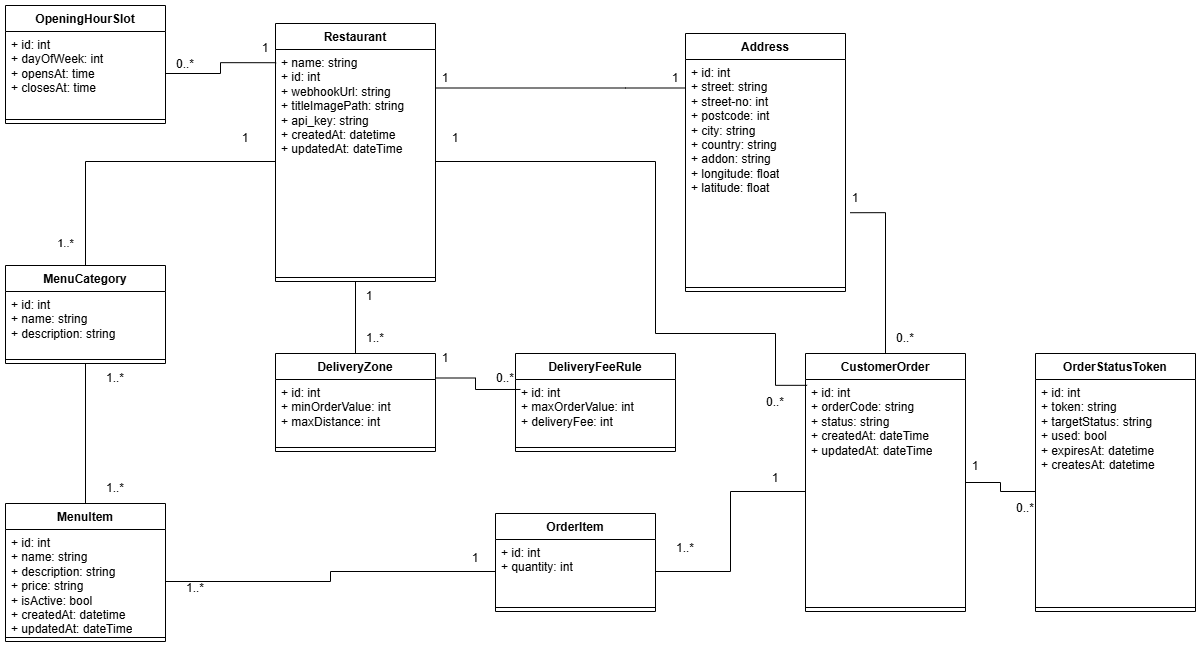
Earlier version of the draw.io export docs/images/db_diagram.png (merlibird/bite-project). Source tidied: cells renumbered, new cells last; positions are measured from the earlier drawing's top-left corner, leaving out a move shared by most shapes.
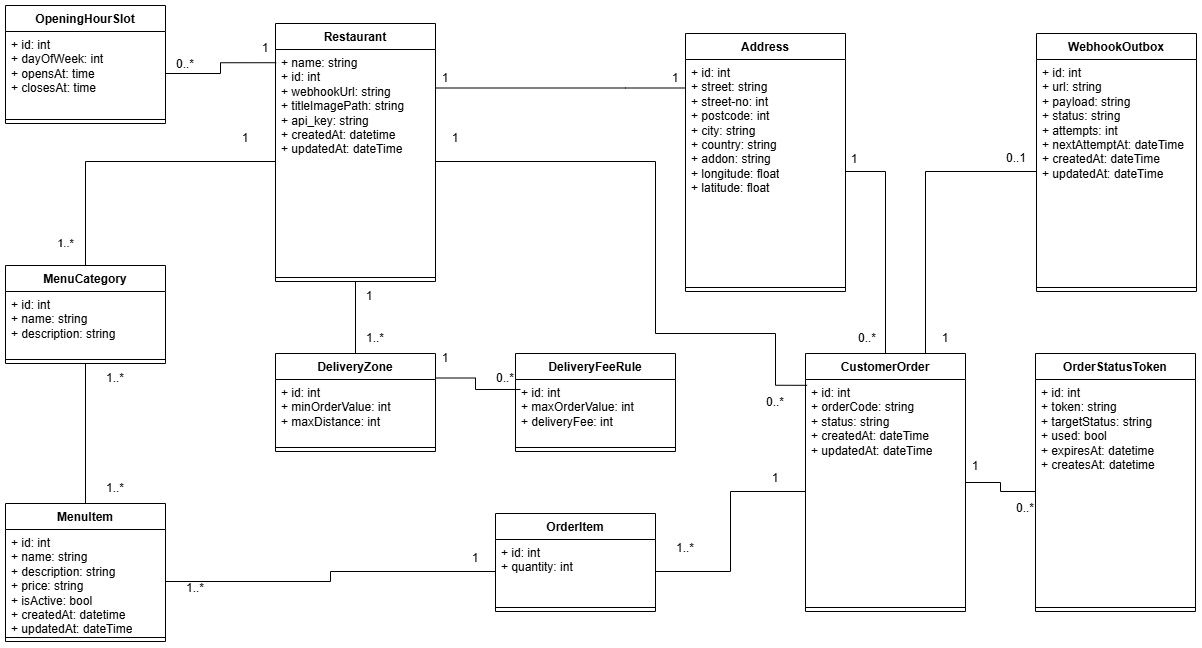
After the commit.

What changed in the source:
```diff
@@ -153,14 +153,14 @@
     <mxCell id="46" value="1" style="text;html=1;whiteSpace=wrap;strokeColor=none;fillColor=none;align=center;verticalAlign=middle;rounded=0;" parent="1" vertex="1">
       <mxGeometry x="740" y="458" width="60" height="30" as="geometry" />
     </mxCell>
-    <mxCell id="47" style="edgeStyle=orthogonalEdgeStyle;rounded=0;jettySize=auto;html=1;entryX=1.029;entryY=0.684;entryDx=0;entryDy=0;entryPerimeter=0;endArrow=none;endFill=0;" parent="1" edge="1" source="39" target="33">
+    <mxCell id="47" style="edgeStyle=orthogonalEdgeStyle;rounded=0;jettySize=auto;html=1;entryX=1;entryY=0.5;entryDx=0;entryDy=0;endArrow=none;endFill=0;" parent="1" edge="1" source="39" target="33">
       <mxGeometry relative="1" as="geometry" />
     </mxCell>
     <mxCell id="48" value="1" style="text;html=1;whiteSpace=wrap;strokeColor=none;fillColor=none;align=center;verticalAlign=middle;rounded=0;" parent="1" vertex="1">
-      <mxGeometry x="820" y="178" width="60" height="30" as="geometry" />
+      <mxGeometry x="819" y="139" width="60" height="30" as="geometry" />
     </mxCell>
     <mxCell id="49" value="0..*" style="text;html=1;whiteSpace=wrap;strokeColor=none;fillColor=none;align=center;verticalAlign=middle;rounded=0;" parent="1" vertex="1">
-      <mxGeometry x="870" y="318" width="60" height="30" as="geometry" />
+      <mxGeometry x="832" y="318" width="60" height="30" as="geometry" />
     </mxCell>
     <mxCell id="50" value="OrderItem" style="swimlane;fontStyle=1;align=center;verticalAlign=top;horizontal=1;startSize=26;whiteSpace=wrap;html=1;" parent="1" vertex="1">
       <mxGeometry x="490" y="508" width="160" height="98" as="geometry" />
@@ -204,5 +204,23 @@
     <mxCell id="63" style="edgeStyle=orthogonalEdgeStyle;rounded=0;jettySize=auto;html=1;exitX=1;exitY=0.5;exitDx=0;exitDy=0;entryX=0.004;entryY=0.059;entryDx=0;entryDy=0;entryPerimeter=0;endArrow=none;endFill=0;" parent="1" edge="1" source="6" target="3">
       <mxGeometry relative="1" as="geometry" />
     </mxCell>
+    <mxCell id="64" value="WebhookOutbox" style="swimlane;fontStyle=1;align=center;verticalAlign=top;horizontal=1;startSize=26;whiteSpace=wrap;html=1;" parent="1" vertex="1">
+      <mxGeometry x="1031" y="28" width="160" height="258" as="geometry" />
+    </mxCell>
+    <mxCell id="65" value="+ id: int&lt;div&gt;+ url: string&lt;br&gt;&lt;div&gt;+ payload: string&lt;/div&gt;&lt;div&gt;+ status: string&lt;/div&gt;&lt;div&gt;+ attempts: int&lt;/div&gt;&lt;div&gt;+ nextAttemptAt: dateTime&lt;/div&gt;&lt;div&gt;+ createdAt: dateTime&lt;/div&gt;&lt;/div&gt;&lt;div&gt;+ updatedAt: dateTime&lt;/div&gt;" style="text;strokeColor=none;fillColor=none;align=left;verticalAlign=top;spacingLeft=4;spacingRight=4;overflow=hidden;points=[[0,0.5],[1,0.5]];portConstraint=eastwest;whiteSpace=wrap;html=1;" parent="64" vertex="1">
+      <mxGeometry y="26" width="160" height="224" as="geometry" />
+    </mxCell>
+    <mxCell id="66" style="line;strokeWidth=1;fillColor=none;align=left;verticalAlign=middle;spacingTop=-1;spacingLeft=3;spacingRight=3;labelPosition=right;strokeColor=inherit;" parent="64" vertex="1">
+      <mxGeometry y="250" width="160" height="8" as="geometry" />
+    </mxCell>
+    <mxCell id="67" style="edgeStyle=orthogonalEdgeStyle;rounded=0;jettySize=auto;html=1;exitX=0;exitY=0.5;exitDx=0;exitDy=0;entryX=0.75;entryY=0;entryDx=0;entryDy=0;endArrow=none;endFill=0;" parent="1" edge="1" source="65" target="39">
+      <mxGeometry relative="1" as="geometry" />
+    </mxCell>
+    <mxCell id="68" value="1" style="text;html=1;whiteSpace=wrap;strokeColor=none;fillColor=none;align=center;verticalAlign=middle;rounded=0;" parent="1" vertex="1">
+      <mxGeometry x="910" y="318" width="60" height="30" as="geometry" />
+    </mxCell>
+    <mxCell id="69" value="0..1" style="text;html=1;whiteSpace=wrap;strokeColor=none;fillColor=none;align=center;verticalAlign=middle;rounded=0;" parent="1" vertex="1">
+      <mxGeometry x="981" y="138" width="60" height="30" as="geometry" />
+    </mxCell>
   </root>
 </mxGraphModel>
```
